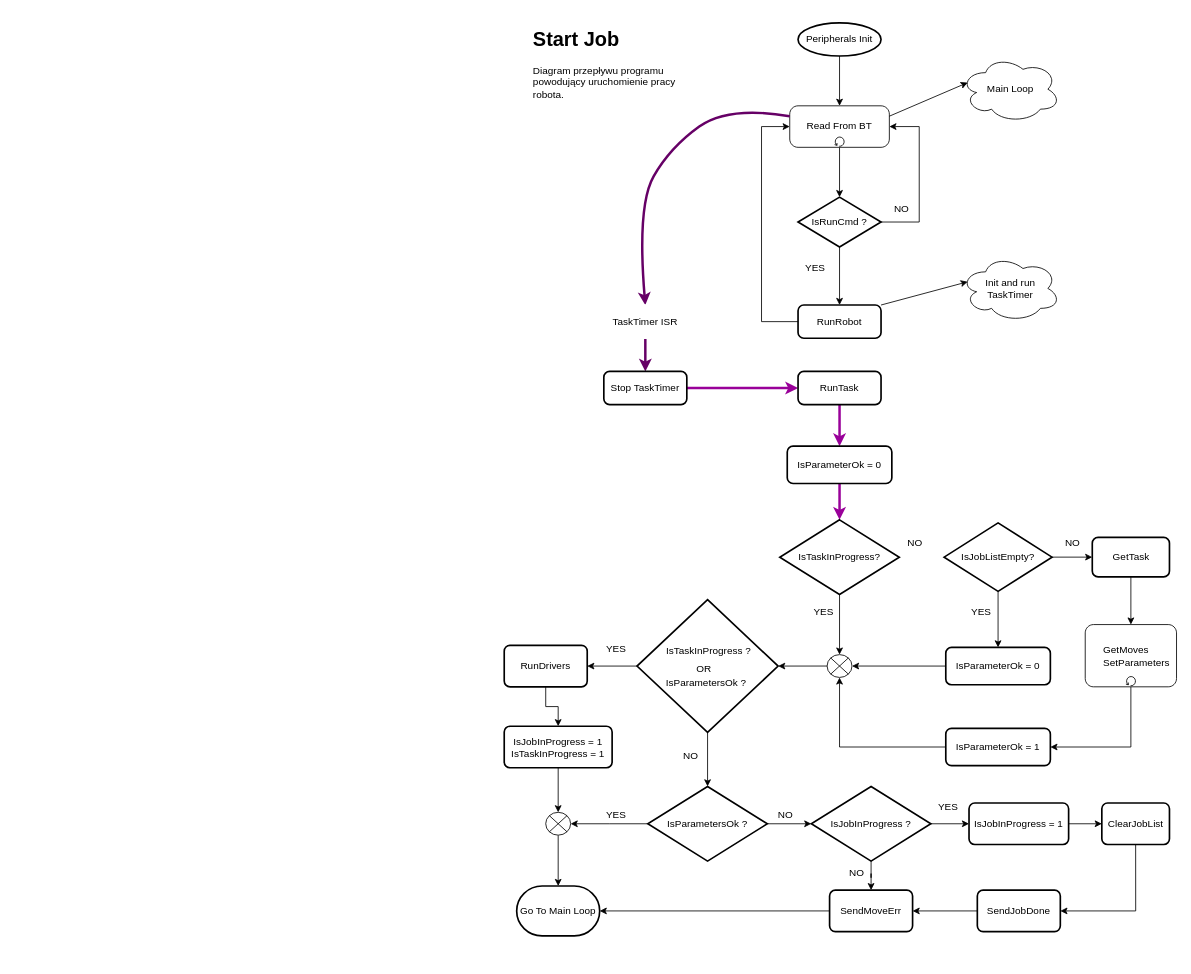
GitKiniol/RoboArm-Docu keeps this draw.io diagram as Diagramy/StartRodot.drawio. Above is the earlier version. Source tidied: cells renumbered, new cells numbered last; positions are measured from the earlier drawing's top-left corner, leaving out a move shared by most shapes. Both pictures are drawn from the tidied source at 83%, with x=0, y=0 at pixel (504, 22).
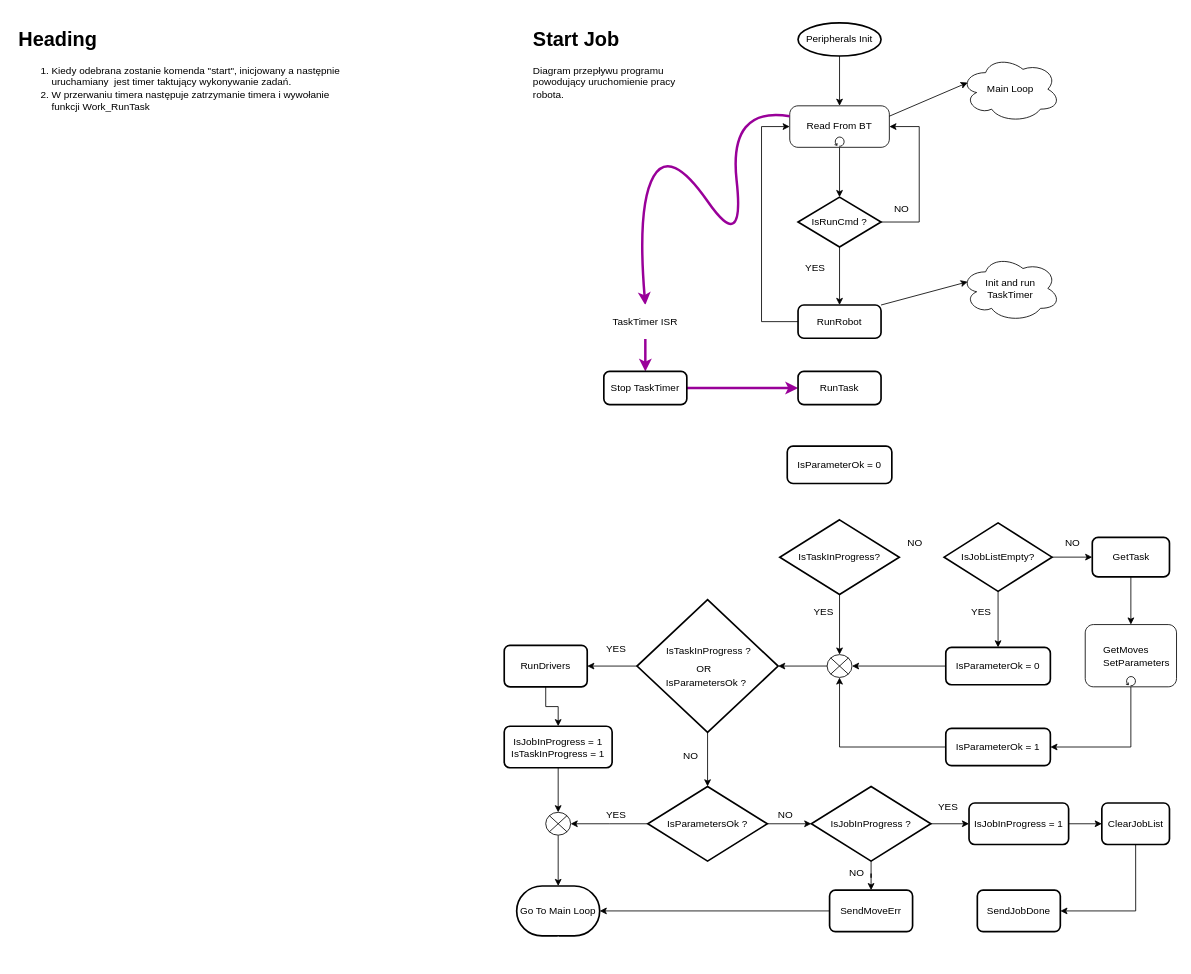
The same diagram, later.

Commit message (it also covers changes not shown here):
Modyfikacja diagramu startu robota

Unchanged cells that the change refers to:
```xml
<mxCell id="11" value="Read From BT" style="points=[[0.25,0,0],[0.5,0,0],[0.75,0,0],[1,0.25,0],[1,0.5,0],[1,0.75,0],[0.75,1,0],[0.5,1,0],[0.25,1,0],[0,0.75,0],[0,0.5,0],[0,0.25,0]];shape=mxgraph.bpmn.task;whiteSpace=wrap;rectStyle=rounded;size=10;taskMarker=abstract;isLoopStandard=1;" parent="1" vertex="1">
  <mxGeometry x="344" y="100" width="120" height="50" as="geometry" />
</mxCell>
<mxCell id="20" value="TaskTimer ISR" style="rounded=1;whiteSpace=wrap;html=1;absoluteArcSize=1;arcSize=14;strokeWidth=2;strokeColor=#FFFFFF;" parent="1" vertex="1">
  <mxGeometry x="120" y="340" width="100" height="40" as="geometry" />
</mxCell>
<mxCell id="22" value="Stop TaskTimer" style="rounded=1;whiteSpace=wrap;html=1;absoluteArcSize=1;arcSize=14;strokeWidth=2;" parent="1" vertex="1">
  <mxGeometry x="120" y="420" width="100" height="40" as="geometry" />
</mxCell>
<mxCell id="24" value="RunTask" style="rounded=1;whiteSpace=wrap;html=1;absoluteArcSize=1;arcSize=14;strokeWidth=2;" parent="1" vertex="1">
  <mxGeometry x="354" y="420" width="100" height="40" as="geometry" />
</mxCell>
<mxCell id="26" value="IsParameterOk = 0" style="rounded=1;whiteSpace=wrap;html=1;absoluteArcSize=1;arcSize=14;strokeWidth=2;" parent="1" vertex="1">
  <mxGeometry x="341" y="510" width="126" height="45" as="geometry" />
</mxCell>
<mxCell id="29" value="IsTaskInProgress?" style="strokeWidth=2;html=1;shape=mxgraph.flowchart.decision;whiteSpace=wrap;" parent="1" vertex="1">
  <mxGeometry x="332" y="598.8" width="144" height="90" as="geometry" />
</mxCell>
<mxCell id="64" value="Go To Main Loop" style="strokeWidth=2;html=1;shape=mxgraph.flowchart.terminator;whiteSpace=wrap;" parent="1" vertex="1">
  <mxGeometry x="15" y="1040" width="100" height="60" as="geometry" />
</mxCell>
<mxCell id="73" value="SendMoveErr" style="rounded=1;whiteSpace=wrap;html=1;absoluteArcSize=1;arcSize=14;strokeWidth=2;" parent="1" vertex="1">
  <mxGeometry x="392" y="1045" width="100" height="50" as="geometry" />
</mxCell>
<mxCell id="81" value="SendJobDone" style="rounded=1;whiteSpace=wrap;html=1;absoluteArcSize=1;arcSize=14;strokeWidth=2;" parent="1" vertex="1">
  <mxGeometry x="570" y="1045" width="100" height="50" as="geometry" />
</mxCell>
```

What changed in the source:
```diff
@@
-    <mxCell id="18" style="curved=1;endArrow=classic;html=1;rounded=0;strokeWidth=3;strokeColor=#660066;exitX=0;exitY=0.25;exitDx=0;exitDy=0;exitPerimeter=0;entryX=0.5;entryY=0;entryDx=0;entryDy=0;" parent="1" edge="1" source="11" target="20">
+    <mxCell id="18" style="curved=1;endArrow=classic;html=1;rounded=0;strokeWidth=3;strokeColor=#990099;exitX=0;exitY=0.25;exitDx=0;exitDy=0;exitPerimeter=0;entryX=0.5;entryY=0;entryDx=0;entryDy=0;" parent="1" edge="1" source="11" target="20">
       <mxGeometry relative="1" as="geometry">
         <Array as="points">
           <mxPoint x="270" y="100" />
+          <mxPoint x="290" y="280" />
           <mxPoint x="200" y="150" />
           <mxPoint x="160" y="220" />
         </Array>
       </mxGeometry>
     </mxCell>
-    <mxCell id="19" style="edgeStyle=orthogonalEdgeStyle;rounded=0;jettySize=auto;html=1;strokeColor=#660066;strokeWidth=3;" parent="1" edge="1" source="20" target="22">
+    <mxCell id="19" style="edgeStyle=orthogonalEdgeStyle;rounded=0;jettySize=auto;html=1;strokeColor=#990099;strokeWidth=3;" parent="1" edge="1" source="20" target="22">
       <mxGeometry relative="1" as="geometry" />
     </mxCell>
@@
-    <mxCell id="23" style="edgeStyle=orthogonalEdgeStyle;rounded=0;jettySize=auto;html=1;strokeColor=#990099;strokeWidth=3;" parent="1" edge="1" source="24" target="26">
+    <mxCell id="23" style="edgeStyle=orthogonalEdgeStyle;rounded=0;jettySize=auto;html=1;strokeColor=#FFFFFF;strokeWidth=1;" parent="1" edge="1" source="24" target="26">
       <mxGeometry relative="1" as="geometry" />
     </mxCell>
@@
-    <mxCell id="25" style="edgeStyle=orthogonalEdgeStyle;rounded=0;jettySize=auto;html=1;strokeColor=#990099;strokeWidth=3;" parent="1" edge="1" source="26" target="29">
+    <mxCell id="25" style="edgeStyle=orthogonalEdgeStyle;rounded=0;jettySize=auto;html=1;strokeColor=#FFFFFF;strokeWidth=1;" parent="1" edge="1" source="26" target="29">
       <mxGeometry relative="1" as="geometry" />
     </mxCell>
@@
-    <mxCell id="80" style="edgeStyle=orthogonalEdgeStyle;rounded=0;jettySize=auto;html=1;" parent="1" edge="1" source="81" target="73">
-      <mxGeometry relative="1" as="geometry" />
-    </mxCell>
+    <mxCell id="82" style="edgeStyle=orthogonalEdgeStyle;rounded=0;jettySize=auto;html=1;exitX=0.5;exitY=1;exitDx=0;exitDy=0;entryX=0.5;entryY=1;entryDx=0;entryDy=0;entryPerimeter=0;strokeColor=#FFFFFF;" parent="1" edge="1" source="81" target="64">
+      <mxGeometry relative="1" as="geometry" />
+    </mxCell>
@@
+    <mxCell id="83" value="&lt;h1&gt;Heading&lt;/h1&gt;&lt;p&gt;&lt;/p&gt;&lt;ol&gt;&lt;li&gt;Kiedy odebrana zostanie komenda &quot;start&quot;, inicjowany a następnie uruchamiany&amp;nbsp; jest timer taktujący wykonywanie zadań.&lt;/li&gt;&lt;li&gt;W przerwaniu timera następuje zatrzymanie timera i wywołanie funkcji Work_RunTask&lt;/li&gt;&lt;/ol&gt;&lt;p&gt;&lt;/p&gt;" style="text;html=1;strokeColor=none;fillColor=none;spacing=5;spacingTop=-20;whiteSpace=wrap;overflow=hidden;rounded=0;" parent="1" vertex="1">
+      <mxGeometry x="-590" width="410" height="180" as="geometry" />
+    </mxCell>
```
